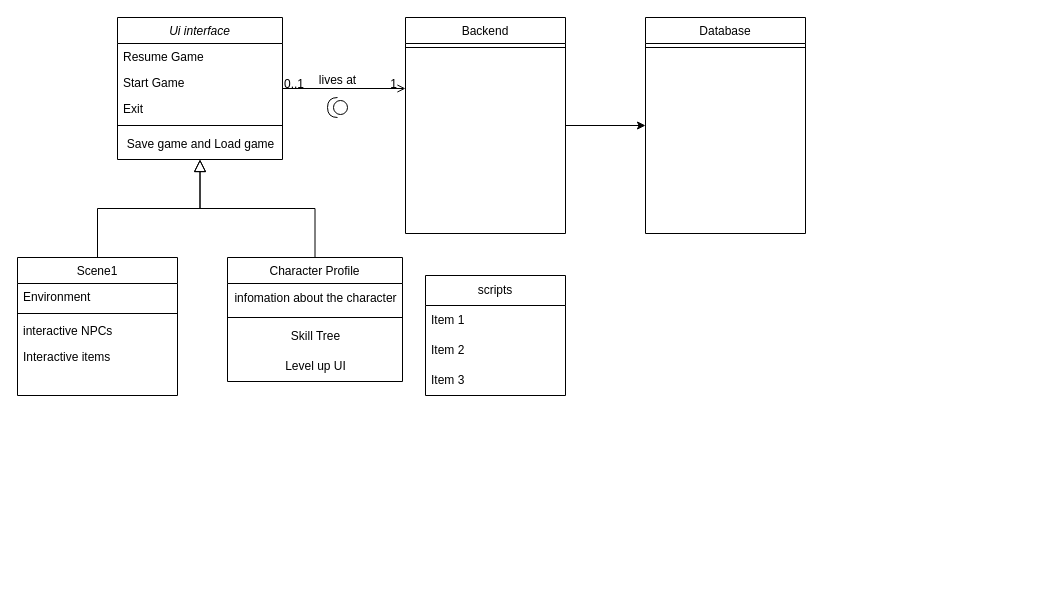
The draw.io diagram Game_UML_diagram.drawio in AndyC00/Ubi_hard-Game, before the edit. Source tidied: cells renumbered, new cells numbered last; positions are measured from the earlier drawing's top-left corner, leaving out a move shared by most shapes. Both pictures are drawn from the tidied source at 100%, with x=0, y=0 at pixel (17, 17).
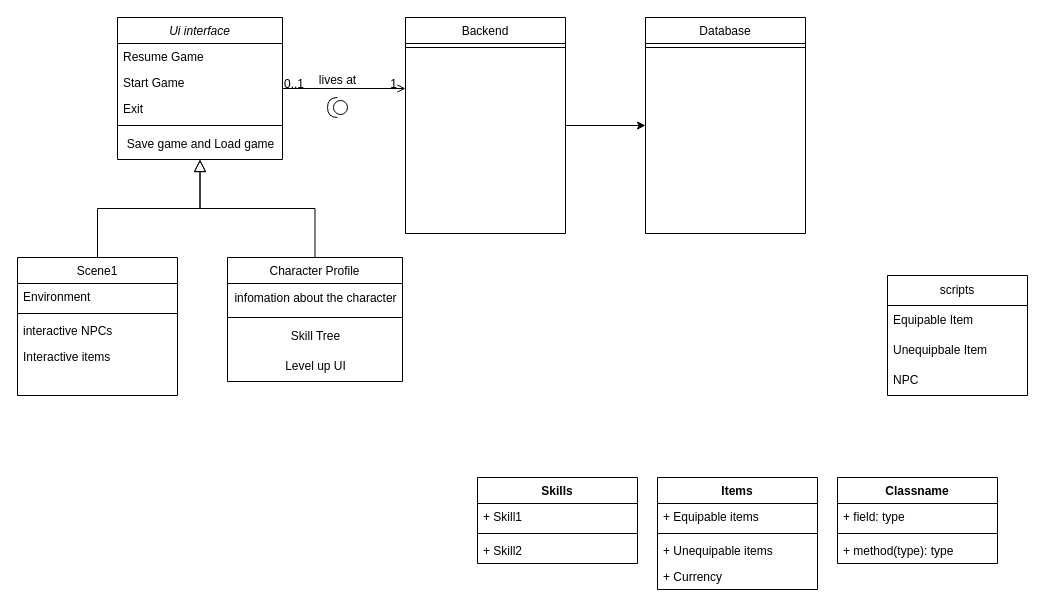
The same diagram, later.

What changed in the source:
```diff
@@
     <mxCell id="29" value="scripts" style="swimlane;fontStyle=0;horizontal=1;startSize=30;whiteSpace=wrap;html=1;" parent="1" vertex="1">
-      <mxGeometry x="408" y="258" width="140" height="120" as="geometry" />
+      <mxGeometry x="870" y="258" width="140" height="120" as="geometry" />
     </mxCell>
-    <mxCell id="30" value="Item 1" style="text;strokeColor=none;fillColor=none;align=left;verticalAlign=middle;spacingLeft=4;spacingRight=4;overflow=hidden;whiteSpace=wrap;html=1;" parent="29" vertex="1">
+    <mxCell id="30" value="Equipable Item&amp;nbsp;" style="text;strokeColor=none;fillColor=none;align=left;verticalAlign=middle;spacingLeft=4;spacingRight=4;overflow=hidden;whiteSpace=wrap;html=1;" parent="29" vertex="1">
       <mxGeometry y="30" width="140" height="30" as="geometry" />
     </mxCell>
+    <mxCell id="32" value="Unequipbale Item" style="text;strokeColor=none;fillColor=none;align=left;verticalAlign=middle;spacingLeft=4;spacingRight=4;overflow=hidden;whiteSpace=wrap;html=1;" parent="29" vertex="1">
+      <mxGeometry y="60" width="140" height="30" as="geometry" />
+    </mxCell>
-    <mxCell id="31" value="Item 2" style="text;strokeColor=none;fillColor=none;align=left;verticalAlign=middle;spacingLeft=4;spacingRight=4;overflow=hidden;whiteSpace=wrap;html=1;" parent="29" vertex="1">
-      <mxGeometry y="60" width="140" height="30" as="geometry" />
+    <mxCell id="31" value="NPC" style="text;strokeColor=none;fillColor=none;align=left;verticalAlign=middle;spacingLeft=4;spacingRight=4;overflow=hidden;whiteSpace=wrap;html=1;" parent="29" vertex="1">
+      <mxGeometry y="90" width="140" height="30" as="geometry" />
     </mxCell>
-    <mxCell id="32" value="Item 3" style="text;strokeColor=none;fillColor=none;align=left;verticalAlign=middle;spacingLeft=4;spacingRight=4;overflow=hidden;whiteSpace=wrap;html=1;" parent="29" vertex="1">
-      <mxGeometry y="90" width="140" height="30" as="geometry" />
-    </mxCell>
@@
+    <mxCell id="34" value="Items" style="swimlane;fontStyle=1;align=center;verticalAlign=top;horizontal=1;startSize=26;whiteSpace=wrap;html=1;" parent="1" vertex="1">
+      <mxGeometry x="640" y="460" width="160" height="112" as="geometry" />
+    </mxCell>
+    <mxCell id="35" value="+ Equipable items" style="text;strokeColor=none;fillColor=none;align=left;verticalAlign=top;spacingLeft=4;spacingRight=4;overflow=hidden;whiteSpace=wrap;html=1;" parent="34" vertex="1">
+      <mxGeometry y="26" width="160" height="26" as="geometry" />
+    </mxCell>
+    <mxCell id="36" style="line;strokeWidth=1;fillColor=none;align=left;verticalAlign=middle;spacingTop=-1;spacingLeft=3;spacingRight=3;labelPosition=right;strokeColor=inherit;" parent="34" vertex="1">
+      <mxGeometry y="52" width="160" height="8" as="geometry" />
+    </mxCell>
+    <mxCell id="37" value="+ Unequipable items" style="text;strokeColor=none;fillColor=none;align=left;verticalAlign=top;spacingLeft=4;spacingRight=4;overflow=hidden;whiteSpace=wrap;html=1;" parent="34" vertex="1">
+      <mxGeometry y="60" width="160" height="26" as="geometry" />
+    </mxCell>
+    <mxCell id="38" value="+ Currency" style="text;strokeColor=none;fillColor=none;align=left;verticalAlign=top;spacingLeft=4;spacingRight=4;overflow=hidden;whiteSpace=wrap;html=1;" parent="34" vertex="1">
+      <mxGeometry y="86" width="160" height="26" as="geometry" />
+    </mxCell>
+    <mxCell id="39" value="Skills" style="swimlane;fontStyle=1;align=center;verticalAlign=top;horizontal=1;startSize=26;whiteSpace=wrap;html=1;" parent="1" vertex="1">
+      <mxGeometry x="460" y="460" width="160" height="86" as="geometry" />
+    </mxCell>
+    <mxCell id="40" value="+ Skill1" style="text;strokeColor=none;fillColor=none;align=left;verticalAlign=top;spacingLeft=4;spacingRight=4;overflow=hidden;whiteSpace=wrap;html=1;" parent="39" vertex="1">
+      <mxGeometry y="26" width="160" height="26" as="geometry" />
+    </mxCell>
+    <mxCell id="41" style="line;strokeWidth=1;fillColor=none;align=left;verticalAlign=middle;spacingTop=-1;spacingLeft=3;spacingRight=3;labelPosition=right;strokeColor=inherit;" parent="39" vertex="1">
+      <mxGeometry y="52" width="160" height="8" as="geometry" />
+    </mxCell>
+    <mxCell id="42" value="+ Skill2" style="text;strokeColor=none;fillColor=none;align=left;verticalAlign=top;spacingLeft=4;spacingRight=4;overflow=hidden;whiteSpace=wrap;html=1;" parent="39" vertex="1">
+      <mxGeometry y="60" width="160" height="26" as="geometry" />
+    </mxCell>
+    <mxCell id="43" value="Classname" style="swimlane;fontStyle=1;align=center;verticalAlign=top;horizontal=1;startSize=26;whiteSpace=wrap;html=1;" parent="1" vertex="1">
+      <mxGeometry x="820" y="460" width="160" height="86" as="geometry" />
+    </mxCell>
+    <mxCell id="44" value="+ field: type" style="text;strokeColor=none;fillColor=none;align=left;verticalAlign=top;spacingLeft=4;spacingRight=4;overflow=hidden;whiteSpace=wrap;html=1;" parent="43" vertex="1">
+      <mxGeometry y="26" width="160" height="26" as="geometry" />
+    </mxCell>
+    <mxCell id="45" style="line;strokeWidth=1;fillColor=none;align=left;verticalAlign=middle;spacingTop=-1;spacingLeft=3;spacingRight=3;labelPosition=right;strokeColor=inherit;" parent="43" vertex="1">
+      <mxGeometry y="52" width="160" height="8" as="geometry" />
+    </mxCell>
+    <mxCell id="46" value="+ method(type): type" style="text;strokeColor=none;fillColor=none;align=left;verticalAlign=top;spacingLeft=4;spacingRight=4;overflow=hidden;whiteSpace=wrap;html=1;" parent="43" vertex="1">
+      <mxGeometry y="60" width="160" height="26" as="geometry" />
+    </mxCell>
```
